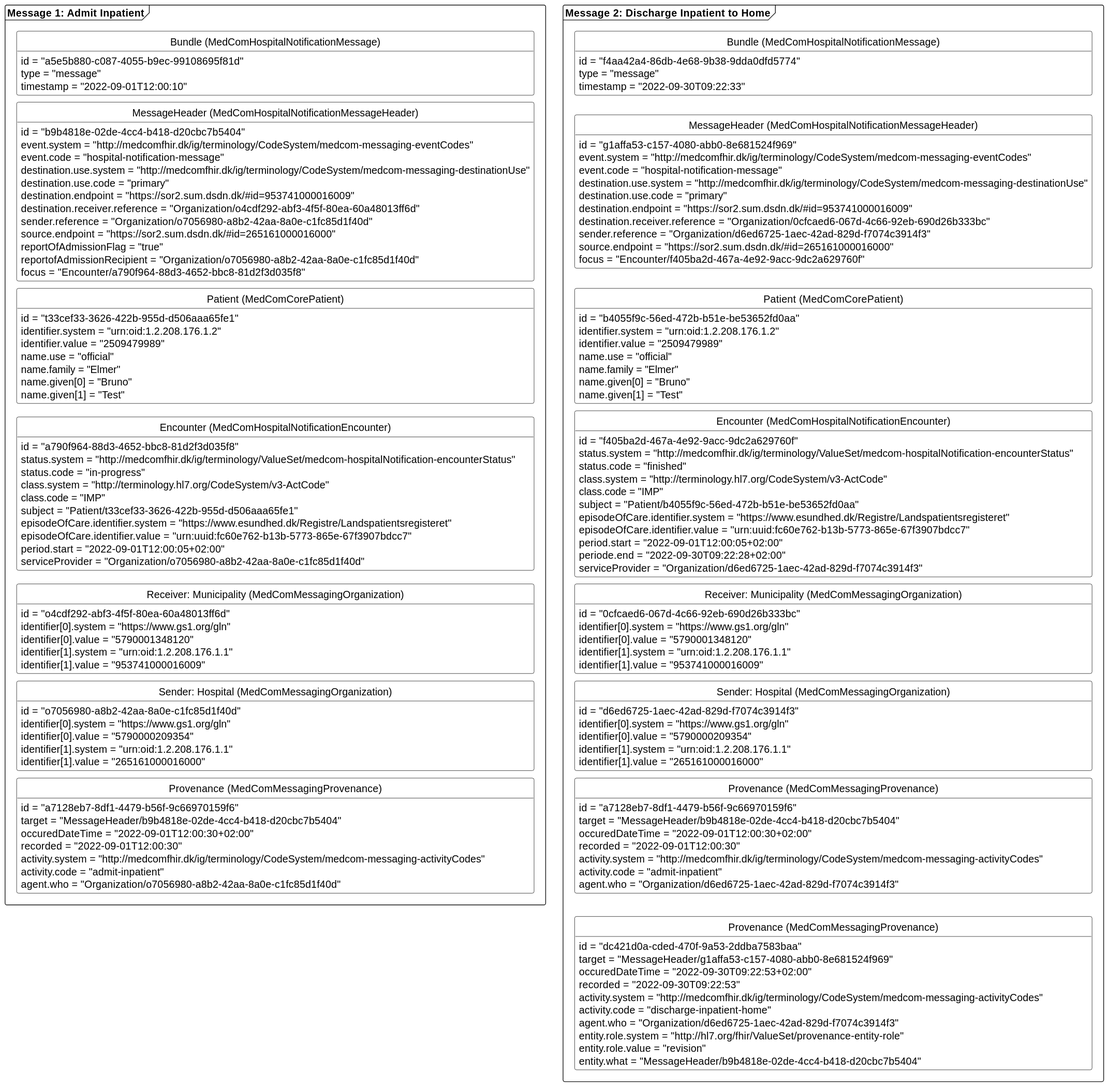
Above: input/images/hospitalnotification/HNAdmitInPat.svg in medcomdk/dk-medcom-hospitalnotification (PlantUML), before the change.
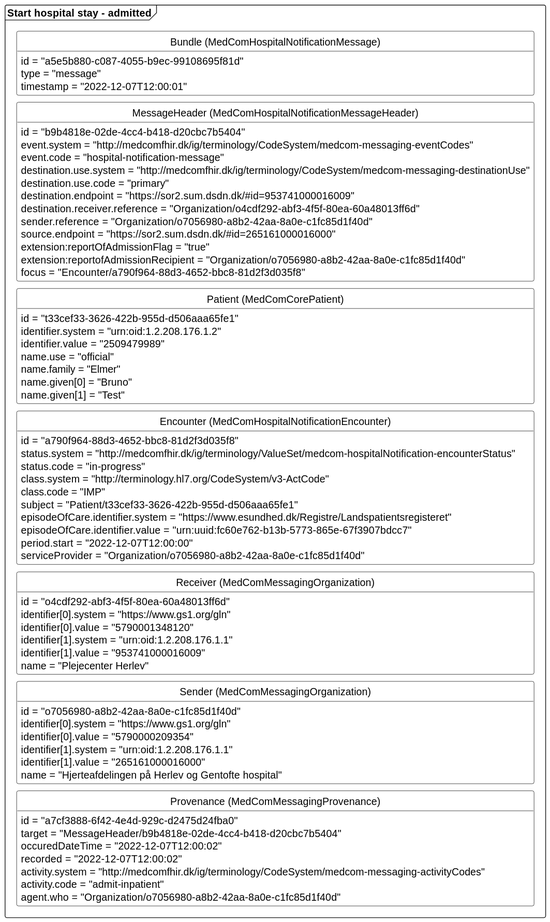
After the change.

Diff of the diagram source:
```diff
@@ -10,11 +10,11 @@
 skinparam SameClassWidth true
 skinparam Ranksep 10
 
-package "Message 1: Admit Inpatient" as admit <<Frame>>{
+package "Start hospital stay - admitted" as admit <<Frame>>{
     class "Bundle (MedComHospitalNotificationMessage)" as admitB{
         id = "a5e5b880-c087-4055-b9ec-99108695f81d"
         type = "message"
-        timestamp = "2022-09-01T12:00:10"
+        timestamp = "2022-12-07T12:00:01"
     }
     class "MessageHeader (MedComHospitalNotificationMessageHeader)" as admitMH{
         id = "b9b4818e-02de-4cc4-b418-d20cbc7b5404"
@@ -26,8 +26,8 @@
         destination.receiver.reference = "Organization/o4cdf292-abf3-4f5f-80ea-60a48013ff6d"
         sender.reference = "Organization/o7056980-a8b2-42aa-8a0e-c1fc85d1f40d"
         source.endpoint = "https://sor2.sum.dsdn.dk/#id=265161000016000"
-        reportOfAdmissionFlag = "true"
-        reportofAdmissionRecipient = "Organization/o7056980-a8b2-42aa-8a0e-c1fc85d1f40d"
+        extension:reportOfAdmissionFlag = "true"
+        extension:reportofAdmissionRecipient = "Organization/o7056980-a8b2-42aa-8a0e-c1fc85d1f40d"
         focus = "Encounter/a790f964-88d3-4652-bbc8-81d2f3d035f8"
     }
     class "Patient (MedComCorePatient)" as admitPT{
@@ -48,28 +48,30 @@
         subject = "Patient/t33cef33-3626-422b-955d-d506aaa65fe1"
         episodeOfCare.identifier.system = "https://www.esundhed.dk/Registre/Landspatientsregisteret"
         episodeOfCare.identifier.value = "urn:uuid:fc60e762-b13b-5773-865e-67f3907bdcc7"
-        period.start = "2022-09-01T12:00:05+02:00"
+        period.start = "2022-12-07T12:00:00"
         serviceProvider = "Organization/o7056980-a8b2-42aa-8a0e-c1fc85d1f40d"
     }
-    class "Receiver: Municipality (MedComMessagingOrganization)" as admitROrg{
+    class "Receiver (MedComMessagingOrganization)" as admitROrg{
         id = "o4cdf292-abf3-4f5f-80ea-60a48013ff6d"
         identifier[0].system = "https://www.gs1.org/gln"
         identifier[0].value = "5790001348120"
         identifier[1].system = "urn:oid:1.2.208.176.1.1"
         identifier[1].value = "953741000016009"
+        name = "Plejecenter Herlev"
     }
-    class "Sender: Hospital (MedComMessagingOrganization)" as admitSOrg{
+    class "Sender (MedComMessagingOrganization)" as admitSOrg{
         id = "o7056980-a8b2-42aa-8a0e-c1fc85d1f40d"
         identifier[0].system = "https://www.gs1.org/gln"
         identifier[0].value = "5790000209354"
         identifier[1].system = "urn:oid:1.2.208.176.1.1"
         identifier[1].value = "265161000016000"
+        name = "Hjerteafdelingen på Herlev og Gentofte hospital"
     }
-    class "Provenance  (MedComMessagingProvenance)" as admitPRO{
-        id = "a7128eb7-8df1-4479-b56f-9c66970159f6"
+    class "Provenance (MedComMessagingProvenance)" as admitPRO{
+        id = "a7cf3888-6f42-4e4d-929c-d2475d24fba0"
         target = "MessageHeader/b9b4818e-02de-4cc4-b418-d20cbc7b5404"
-        occuredDateTime = "2022-09-01T12:00:30+02:00"
-        recorded = "2022-09-01T12:00:30"
+        occuredDateTime = "2022-12-07T12:00:02"
+        recorded = "2022-12-07T12:00:02"
         activity.system = "http://medcomfhir.dk/ig/terminology/CodeSystem/medcom-messaging-activityCodes"
         activity.code = "admit-inpatient"
         agent.who = "Organization/o7056980-a8b2-42aa-8a0e-c1fc85d1f40d"
@@ -83,90 +85,6 @@
 admitSOrg-[hidden]-admitPRO
 }
 
-package "Message 2: Discharge Inpatient to Home" as finished <<Frame>>{
-    class "Bundle  (MedComHospitalNotificationMessage)" as finishedB{
-        id = "f4aa42a4-86db-4e68-9b38-9dda0dfd5774"
-        type = "message"
-        timestamp = "2022-09-30T09:22:33"
-    }
-    class "MessageHeader  (MedComHospitalNotificationMessageHeader)" as finishedMH{
-        id = "g1affa53-c157-4080-abb0-8e681524f969"
-        event.system = "http://medcomfhir.dk/ig/terminology/CodeSystem/medcom-messaging-eventCodes"
-        event.code = "hospital-notification-message"
-        destination.use.system = "http://medcomfhir.dk/ig/terminology/CodeSystem/medcom-messaging-destinationUse"
-        destination.use.code = "primary"
-        destination.endpoint = "https://sor2.sum.dsdn.dk/#id=953741000016009"
-        destination.receiver.reference = "Organization/0cfcaed6-067d-4c66-92eb-690d26b333bc"
-        sender.reference = "Organization/d6ed6725-1aec-42ad-829d-f7074c3914f3"
-        source.endpoint = "https://sor2.sum.dsdn.dk/#id=265161000016000"
-        focus = "Encounter/f405ba2d-467a-4e92-9acc-9dc2a629760f"
-    }
-    class "Patient  (MedComCorePatient)" as finishedPT{
-        id = "b4055f9c-56ed-472b-b51e-be53652fd0aa"
-        identifier.system = "urn:oid:1.2.208.176.1.2"
-        identifier.value = "2509479989"
-        name.use = "official"
-        name.family = "Elmer"
-        name.given[0] = "Bruno"
-        name.given[1] = "Test"
-    }
-    class "Encounter  (MedComHospitalNotificationEncounter)" as finishedENC{
-        id = "f405ba2d-467a-4e92-9acc-9dc2a629760f"
-        status.system = "http://medcomfhir.dk/ig/terminology/ValueSet/medcom-hospitalNotification-encounterStatus"
-        status.code = "finished"
-        class.system = "http://terminology.hl7.org/CodeSystem/v3-ActCode"
-        class.code = "IMP"
-        subject = "Patient/b4055f9c-56ed-472b-b51e-be53652fd0aa"
-        episodeOfCare.identifier.system = "https://www.esundhed.dk/Registre/Landspatientsregisteret"
-        episodeOfCare.identifier.value = "urn:uuid:fc60e762-b13b-5773-865e-67f3907bdcc7"
-        period.start = "2022-09-01T12:00:05+02:00"
-        periode.end = "2022-09-30T09:22:28+02:00"
-        serviceProvider = "Organization/d6ed6725-1aec-42ad-829d-f7074c3914f3"
-    }
-    class "Receiver: Municipality (MedComMessagingOrganization)" as finishedROrg{
-        id = "0cfcaed6-067d-4c66-92eb-690d26b333bc"
-        identifier[0].system = "https://www.gs1.org/gln"
-        identifier[0].value = "5790001348120"
-        identifier[1].system = "urn:oid:1.2.208.176.1.1"
-        identifier[1].value = "953741000016009"
-    }
-    class "Sender: Hospital (MedComMessagingOrganization)" as finishedSOrg{
-        id = "d6ed6725-1aec-42ad-829d-f7074c3914f3"
-        identifier[0].system = "https://www.gs1.org/gln"
-        identifier[0].value = "5790000209354"
-        identifier[1].system = "urn:oid:1.2.208.176.1.1"
-        identifier[1].value = "265161000016000"
-    }
-    class "Provenance (MedComMessagingProvenance)" as admitfinishedPRO{
-        id = "a7128eb7-8df1-4479-b56f-9c66970159f6"
-        target = "MessageHeader/b9b4818e-02de-4cc4-b418-d20cbc7b5404"
-        occuredDateTime = "2022-09-01T12:00:30+02:00"
-        recorded = "2022-09-01T12:00:30"
-        activity.system = "http://medcomfhir.dk/ig/terminology/CodeSystem/medcom-messaging-activityCodes"
-        activity.code = "admit-inpatient"
-        agent.who = "Organization/d6ed6725-1aec-42ad-829d-f7074c3914f3"
-    }
-    class "Provenance (MedComMessagingProvenance)" as finishedPRO{
-        id = "dc421d0a-cded-470f-9a53-2ddba7583baa"
-        target = "MessageHeader/g1affa53-c157-4080-abb0-8e681524f969"
-        occuredDateTime = "2022-09-30T09:22:53+02:00"
-        recorded = "2022-09-30T09:22:53"
-        activity.system = "http://medcomfhir.dk/ig/terminology/CodeSystem/medcom-messaging-activityCodes"
-        activity.code = "discharge-inpatient-home"
-        agent.who = "Organization/d6ed6725-1aec-42ad-829d-f7074c3914f3"
-        entity.role.system = "http://hl7.org/fhir/ValueSet/provenance-entity-role"
-        entity.role.value = "revision"
-        entity.what = "MessageHeader/b9b4818e-02de-4cc4-b418-d20cbc7b5404"
-    }
-finishedB-[hidden]-finishedMH
-finishedMH-[hidden]-finishedPT
-finishedPT-[hidden]-finishedENC
-finishedENC-[hidden]-finishedROrg
-finishedROrg-[hidden]-finishedSOrg
-finishedSOrg-[hidden]-admitfinishedPRO
-admitfinishedPRO-[hidden]-finishedPRO
-
-}
 
 
 @enduml
```
